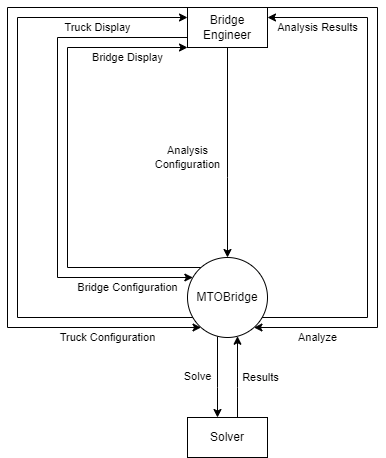
Before: docs Rev1/SRS/images/context-diagram.png, a diagram exported from draw.io (agentvv/MTOBridge). Source tidied: cells renumbered, new cells last; positions are measured from the earlier drawing's top-left corner, leaving out a move shared by most shapes. Its diagram source:
```xml
<mxGraphModel>
  <root>
    <mxCell id="0" />
    <mxCell id="1" parent="0" />
    <mxCell id="2" style="edgeStyle=orthogonalEdgeStyle;rounded=0;jettySize=auto;html=1;startArrow=none;startFill=0;endArrow=classic;endFill=1;strokeColor=default;" parent="1" edge="1" source="6" target="13">
      <mxGeometry relative="1" as="geometry">
        <Array as="points">
          <mxPoint x="60" y="260" />
          <mxPoint x="60" y="40" />
        </Array>
      </mxGeometry>
    </mxCell>
    <mxCell id="3" value="Bridge Display" style="edgeLabel;html=1;align=center;verticalAlign=middle;" parent="2" vertex="1">
      <mxGeometry x="0.84" y="-1" relative="1" as="geometry">
        <mxPoint x="-22" y="9" as="offset" />
      </mxGeometry>
    </mxCell>
    <mxCell id="4" style="edgeStyle=orthogonalEdgeStyle;rounded=0;jettySize=auto;html=1;startArrow=none;startFill=0;endArrow=classic;endFill=1;strokeColor=default;" parent="1" edge="1" source="6" target="22">
      <mxGeometry relative="1" as="geometry">
        <Array as="points">
          <mxPoint x="210" y="380" />
          <mxPoint x="210" y="380" />
        </Array>
      </mxGeometry>
    </mxCell>
    <mxCell id="5" value="Solve" style="edgeLabel;html=1;align=center;verticalAlign=middle;" parent="4" vertex="1">
      <mxGeometry relative="1" as="geometry">
        <mxPoint x="-20" as="offset" />
      </mxGeometry>
    </mxCell>
    <mxCell id="6" value="MTOBridge" style="ellipse;whiteSpace=wrap;html=1;" parent="1" vertex="1">
      <mxGeometry x="180" y="250" width="80" height="80" as="geometry" />
    </mxCell>
    <mxCell id="7" style="edgeStyle=orthogonalEdgeStyle;rounded=0;jettySize=auto;html=1;" parent="1" edge="1" source="13" target="6">
      <mxGeometry relative="1" as="geometry">
        <Array as="points">
          <mxPoint />
          <mxPoint y="320" />
        </Array>
      </mxGeometry>
    </mxCell>
    <mxCell id="8" value="Truck Configuration" style="edgeLabel;html=1;align=center;verticalAlign=middle;" parent="7" vertex="1">
      <mxGeometry x="-0.08" y="-1" relative="1" as="geometry">
        <mxPoint x="101" y="190" as="offset" />
      </mxGeometry>
    </mxCell>
    <mxCell id="9" style="edgeStyle=orthogonalEdgeStyle;rounded=0;jettySize=auto;html=1;startArrow=classic;startFill=1;endArrow=none;endFill=0;" parent="1" edge="1" source="13" target="6">
      <mxGeometry relative="1" as="geometry">
        <Array as="points">
          <mxPoint x="10" y="10" />
          <mxPoint x="10" y="310" />
        </Array>
      </mxGeometry>
    </mxCell>
    <mxCell id="10" value="Truck Display" style="edgeLabel;html=1;align=center;verticalAlign=middle;" parent="9" vertex="1">
      <mxGeometry x="-0.05" relative="1" as="geometry">
        <mxPoint x="80" y="-127" as="offset" />
      </mxGeometry>
    </mxCell>
    <mxCell id="11" style="edgeStyle=orthogonalEdgeStyle;jettySize=auto;html=1;exitX=0;exitY=0.75;exitDx=0;exitDy=0;startArrow=none;startFill=0;endArrow=classic;endFill=1;strokeColor=default;rounded=0;" parent="1" edge="1" source="13" target="6">
      <mxGeometry relative="1" as="geometry">
        <Array as="points">
          <mxPoint x="50" y="30" />
          <mxPoint x="50" y="270" />
        </Array>
      </mxGeometry>
    </mxCell>
    <mxCell id="12" value="Bridge Configuration" style="edgeLabel;html=1;align=center;verticalAlign=middle;" parent="11" vertex="1">
      <mxGeometry relative="1" as="geometry">
        <mxPoint x="70" y="127" as="offset" />
      </mxGeometry>
    </mxCell>
    <mxCell id="13" value="Bridge Engineer" style="rounded=0;whiteSpace=wrap;html=1;" parent="1" vertex="1">
      <mxGeometry x="180" width="80" height="40" as="geometry" />
    </mxCell>
    <mxCell id="14" style="edgeStyle=orthogonalEdgeStyle;rounded=0;jettySize=auto;html=1;" parent="1" edge="1" source="13" target="6">
      <mxGeometry relative="1" as="geometry">
        <Array as="points">
          <mxPoint x="370" />
          <mxPoint x="370" y="320" />
        </Array>
      </mxGeometry>
    </mxCell>
    <mxCell id="15" value="Analyze" style="edgeLabel;html=1;align=center;verticalAlign=middle;" parent="14" vertex="1">
      <mxGeometry x="-0.08" y="-1" relative="1" as="geometry">
        <mxPoint x="-59" y="185" as="offset" />
      </mxGeometry>
    </mxCell>
    <mxCell id="16" style="edgeStyle=orthogonalEdgeStyle;rounded=0;jettySize=auto;html=1;startArrow=classic;startFill=1;endArrow=none;endFill=0;" parent="1" edge="1" source="13" target="6">
      <mxGeometry relative="1" as="geometry">
        <Array as="points">
          <mxPoint x="360" y="10" />
          <mxPoint x="360" y="310" />
        </Array>
      </mxGeometry>
    </mxCell>
    <mxCell id="17" value="Analysis Results" style="edgeLabel;html=1;align=center;verticalAlign=middle;" parent="16" vertex="1">
      <mxGeometry x="-0.85" y="-1" relative="1" as="geometry">
        <mxPoint x="12" y="9" as="offset" />
      </mxGeometry>
    </mxCell>
    <mxCell id="18" style="edgeStyle=orthogonalEdgeStyle;jettySize=auto;html=1;startArrow=none;startFill=0;endArrow=classic;endFill=1;strokeColor=default;rounded=0;" parent="1" edge="1" source="13" target="6">
      <mxGeometry relative="1" as="geometry">
        <Array as="points">
          <mxPoint x="220" y="170" />
          <mxPoint x="220" y="170" />
        </Array>
      </mxGeometry>
    </mxCell>
    <mxCell id="19" value="Analysis&lt;br&gt;Configuration" style="edgeLabel;html=1;align=center;verticalAlign=middle;" parent="18" vertex="1">
      <mxGeometry relative="1" as="geometry">
        <mxPoint x="-40" y="5" as="offset" />
      </mxGeometry>
    </mxCell>
    <mxCell id="20" style="edgeStyle=orthogonalEdgeStyle;rounded=0;jettySize=auto;html=1;startArrow=none;startFill=0;endArrow=classic;endFill=1;strokeColor=default;" parent="1" edge="1" source="22" target="6">
      <mxGeometry relative="1" as="geometry">
        <Array as="points">
          <mxPoint x="230" y="380" />
          <mxPoint x="230" y="380" />
        </Array>
      </mxGeometry>
    </mxCell>
    <mxCell id="21" value="Results" style="edgeLabel;html=1;align=center;verticalAlign=middle;" parent="20" vertex="1">
      <mxGeometry x="-0.31" y="-1" relative="1" as="geometry">
        <mxPoint x="22" y="-12" as="offset" />
      </mxGeometry>
    </mxCell>
    <mxCell id="22" value="Solver" style="rounded=0;whiteSpace=wrap;html=1;" parent="1" vertex="1">
      <mxGeometry x="180" y="410" width="80" height="40" as="geometry" />
    </mxCell>
  </root>
</mxGraphModel>
```
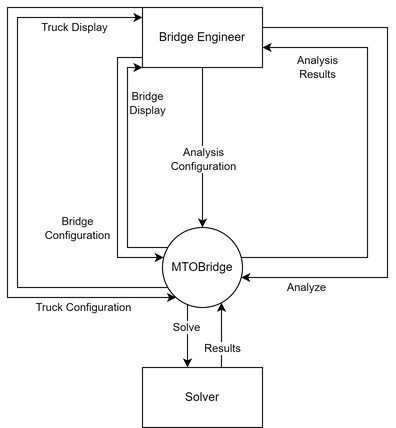
The same file after the commit.

Diff of the diagram source:
```diff
@@ -2,131 +2,125 @@
   <root>
     <mxCell id="0" />
     <mxCell id="1" parent="0" />
-    <mxCell id="2" style="edgeStyle=orthogonalEdgeStyle;rounded=0;jettySize=auto;html=1;startArrow=none;startFill=0;endArrow=classic;endFill=1;strokeColor=default;" parent="1" edge="1" source="6" target="13">
-      <mxGeometry relative="1" as="geometry">
-        <Array as="points">
-          <mxPoint x="60" y="260" />
-          <mxPoint x="60" y="40" />
-        </Array>
-      </mxGeometry>
-    </mxCell>
+    <mxCell id="23" style="edgeStyle=orthogonalEdgeStyle;rounded=0;jettySize=auto;html=1;exitX=0;exitY=0;exitDx=0;exitDy=0;" parent="1" edge="1" source="13" target="6">
+      <mxGeometry relative="1" as="geometry">
+        <Array as="points">
+          <mxPoint x="-10" y="-20" />
+          <mxPoint x="-10" y="270" />
+        </Array>
+      </mxGeometry>
+    </mxCell>
+    <mxCell id="8" value="Truck Configuration" style="edgeLabel;html=1;align=center;verticalAlign=middle;" parent="23" vertex="1">
+      <mxGeometry x="0.82" y="-1" relative="1" as="geometry">
+        <mxPoint x="-39" y="9" as="offset" />
+      </mxGeometry>
+    </mxCell>
+    <mxCell id="24" style="edgeStyle=orthogonalEdgeStyle;rounded=0;jettySize=auto;html=1;" parent="1" edge="1" source="6" target="13">
+      <mxGeometry relative="1" as="geometry">
+        <Array as="points">
+          <mxPoint y="260" />
+          <mxPoint y="-10" />
+        </Array>
+      </mxGeometry>
+    </mxCell>
+    <mxCell id="10" value="Truck Display" style="edgeLabel;html=1;align=center;verticalAlign=middle;" parent="24" vertex="1">
+      <mxGeometry x="0.78" y="-1" relative="1" as="geometry">
+        <mxPoint x="-9" y="9" as="offset" />
+      </mxGeometry>
+    </mxCell>
+    <mxCell id="25" style="edgeStyle=orthogonalEdgeStyle;rounded=0;jettySize=auto;html=1;exitX=0;exitY=0.75;exitDx=0;exitDy=0;startArrow=none;startFill=0;endArrow=classic;endFill=1;" parent="1" edge="1" source="13" target="6">
+      <mxGeometry relative="1" as="geometry">
+        <Array as="points">
+          <mxPoint x="125" y="30" />
+          <mxPoint x="100" y="30" />
+          <mxPoint x="100" y="230" />
+        </Array>
+      </mxGeometry>
+    </mxCell>
+    <mxCell id="12" value="Bridge&lt;br&gt;Configuration" style="edgeLabel;html=1;align=center;verticalAlign=middle;" parent="25" vertex="1">
+      <mxGeometry x="0.18" y="-1" relative="1" as="geometry">
+        <mxPoint x="-39" y="38" as="offset" />
+      </mxGeometry>
+    </mxCell>
+    <mxCell id="26" style="edgeStyle=orthogonalEdgeStyle;rounded=0;jettySize=auto;html=1;startArrow=none;startFill=0;endArrow=classic;endFill=1;" parent="1" edge="1" source="13" target="6">
+      <mxGeometry relative="1" as="geometry" />
+    </mxCell>
+    <mxCell id="19" value="Analysis&lt;br&gt;Configuration" style="edgeLabel;html=1;align=center;verticalAlign=middle;" parent="26" vertex="1">
+      <mxGeometry x="0.14" y="1" relative="1" as="geometry" />
+    </mxCell>
+    <mxCell id="27" style="edgeStyle=orthogonalEdgeStyle;rounded=0;jettySize=auto;html=1;startArrow=none;startFill=0;endArrow=classic;endFill=1;" parent="1" edge="1" source="13" target="6">
+      <mxGeometry relative="1" as="geometry">
+        <Array as="points">
+          <mxPoint x="370" />
+          <mxPoint x="370" y="250" />
+        </Array>
+      </mxGeometry>
+    </mxCell>
+    <mxCell id="15" value="Analyze" style="edgeLabel;html=1;align=center;verticalAlign=middle;" parent="27" vertex="1">
+      <mxGeometry x="0.75" y="1" relative="1" as="geometry">
+        <mxPoint y="9" as="offset" />
+      </mxGeometry>
+    </mxCell>
+    <mxCell id="13" value="Bridge Engineer" style="rounded=0;whiteSpace=wrap;html=1;" parent="1" vertex="1">
+      <mxGeometry x="125" y="-20" width="120" height="60" as="geometry" />
+    </mxCell>
+    <mxCell id="28" style="edgeStyle=orthogonalEdgeStyle;rounded=0;jettySize=auto;html=1;startArrow=none;startFill=0;endArrow=classic;endFill=1;entryX=0;entryY=1;entryDx=0;entryDy=0;" parent="1" edge="1" source="6" target="13">
+      <mxGeometry relative="1" as="geometry">
+        <Array as="points">
+          <mxPoint x="110" y="220" />
+          <mxPoint x="110" y="40" />
+        </Array>
+      </mxGeometry>
+    </mxCell>
-    <mxCell id="3" value="Bridge Display" style="edgeLabel;html=1;align=center;verticalAlign=middle;" parent="2" vertex="1">
-      <mxGeometry x="0.84" y="-1" relative="1" as="geometry">
-        <mxPoint x="-22" y="9" as="offset" />
+    <mxCell id="3" value="Bridge&lt;br&gt;Display" style="edgeLabel;html=1;align=center;verticalAlign=middle;" parent="28" vertex="1">
+      <mxGeometry x="0.56" y="-1" relative="1" as="geometry">
+        <mxPoint x="19" as="offset" />
       </mxGeometry>
     </mxCell>
+    <mxCell id="29" style="edgeStyle=orthogonalEdgeStyle;rounded=0;jettySize=auto;html=1;startArrow=none;startFill=0;endArrow=classic;endFill=1;" parent="1" edge="1" source="6" target="13">
+      <mxGeometry relative="1" as="geometry">
+        <Array as="points">
+          <mxPoint x="350" y="230" />
+          <mxPoint x="350" y="20" />
+        </Array>
+      </mxGeometry>
+    </mxCell>
+    <mxCell id="17" value="Analysis&lt;br&gt;Results" style="edgeLabel;html=1;align=center;verticalAlign=middle;" parent="29" vertex="1">
+      <mxGeometry x="0.8" y="1" relative="1" as="geometry">
+        <mxPoint x="11" y="19" as="offset" />
+      </mxGeometry>
+    </mxCell>
+    <mxCell id="6" value="MTOBridge" style="ellipse;whiteSpace=wrap;html=1;" parent="1" vertex="1">
+      <mxGeometry x="145" y="200" width="80" height="80" as="geometry" />
+    </mxCell>
+    <mxCell id="22" value="Solver" style="rounded=0;whiteSpace=wrap;html=1;" parent="1" vertex="1">
+      <mxGeometry x="125" y="340" width="120" height="60" as="geometry" />
+    </mxCell>
+    <mxCell id="20" style="edgeStyle=orthogonalEdgeStyle;rounded=0;jettySize=auto;html=1;exitX=0.658;exitY=-0.009;exitDx=0;exitDy=0;exitPerimeter=0;" parent="1" edge="1" source="22" target="6">
+      <mxGeometry relative="1" as="geometry">
+        <Array as="points">
+          <mxPoint x="204" y="290" />
+          <mxPoint x="204" y="290" />
+        </Array>
+      </mxGeometry>
+    </mxCell>
+    <mxCell id="21" value="Results" style="edgeLabel;html=1;align=center;verticalAlign=middle;" parent="20" vertex="1">
+      <mxGeometry x="-0.13" y="-1" relative="1" as="geometry">
+        <mxPoint y="9" as="offset" />
+      </mxGeometry>
+    </mxCell>
-    <mxCell id="4" style="edgeStyle=orthogonalEdgeStyle;rounded=0;jettySize=auto;html=1;startArrow=none;startFill=0;endArrow=classic;endFill=1;strokeColor=default;" parent="1" edge="1" source="6" target="22">
+    <mxCell id="4" style="edgeStyle=orthogonalEdgeStyle;rounded=0;jettySize=auto;html=1;" parent="1" edge="1" source="6" target="22">
       <mxGeometry relative="1" as="geometry">
         <Array as="points">
-          <mxPoint x="210" y="380" />
-          <mxPoint x="210" y="380" />
+          <mxPoint x="170" y="290" />
+          <mxPoint x="170" y="290" />
         </Array>
       </mxGeometry>
     </mxCell>
     <mxCell id="5" value="Solve" style="edgeLabel;html=1;align=center;verticalAlign=middle;" parent="4" vertex="1">
-      <mxGeometry relative="1" as="geometry">
-        <mxPoint x="-20" as="offset" />
+      <mxGeometry x="-0.13" y="-1" relative="1" as="geometry">
+        <mxPoint y="-5" as="offset" />
       </mxGeometry>
     </mxCell>
-    <mxCell id="6" value="MTOBridge" style="ellipse;whiteSpace=wrap;html=1;" parent="1" vertex="1">
-      <mxGeometry x="180" y="250" width="80" height="80" as="geometry" />
-    </mxCell>
-    <mxCell id="7" style="edgeStyle=orthogonalEdgeStyle;rounded=0;jettySize=auto;html=1;" parent="1" edge="1" source="13" target="6">
-      <mxGeometry relative="1" as="geometry">
-        <Array as="points">
-          <mxPoint />
-          <mxPoint y="320" />
-        </Array>
-      </mxGeometry>
-    </mxCell>
-    <mxCell id="8" value="Truck Configuration" style="edgeLabel;html=1;align=center;verticalAlign=middle;" parent="7" vertex="1">
-      <mxGeometry x="-0.08" y="-1" relative="1" as="geometry">
-        <mxPoint x="101" y="190" as="offset" />
-      </mxGeometry>
-    </mxCell>
-    <mxCell id="9" style="edgeStyle=orthogonalEdgeStyle;rounded=0;jettySize=auto;html=1;startArrow=classic;startFill=1;endArrow=none;endFill=0;" parent="1" edge="1" source="13" target="6">
-      <mxGeometry relative="1" as="geometry">
-        <Array as="points">
-          <mxPoint x="10" y="10" />
-          <mxPoint x="10" y="310" />
-        </Array>
-      </mxGeometry>
-    </mxCell>
-    <mxCell id="10" value="Truck Display" style="edgeLabel;html=1;align=center;verticalAlign=middle;" parent="9" vertex="1">
-      <mxGeometry x="-0.05" relative="1" as="geometry">
-        <mxPoint x="80" y="-127" as="offset" />
-      </mxGeometry>
-    </mxCell>
-    <mxCell id="11" style="edgeStyle=orthogonalEdgeStyle;jettySize=auto;html=1;exitX=0;exitY=0.75;exitDx=0;exitDy=0;startArrow=none;startFill=0;endArrow=classic;endFill=1;strokeColor=default;rounded=0;" parent="1" edge="1" source="13" target="6">
-      <mxGeometry relative="1" as="geometry">
-        <Array as="points">
-          <mxPoint x="50" y="30" />
-          <mxPoint x="50" y="270" />
-        </Array>
-      </mxGeometry>
-    </mxCell>
-    <mxCell id="12" value="Bridge Configuration" style="edgeLabel;html=1;align=center;verticalAlign=middle;" parent="11" vertex="1">
-      <mxGeometry relative="1" as="geometry">
-        <mxPoint x="70" y="127" as="offset" />
-      </mxGeometry>
-    </mxCell>
-    <mxCell id="13" value="Bridge Engineer" style="rounded=0;whiteSpace=wrap;html=1;" parent="1" vertex="1">
-      <mxGeometry x="180" width="80" height="40" as="geometry" />
-    </mxCell>
-    <mxCell id="14" style="edgeStyle=orthogonalEdgeStyle;rounded=0;jettySize=auto;html=1;" parent="1" edge="1" source="13" target="6">
-      <mxGeometry relative="1" as="geometry">
-        <Array as="points">
-          <mxPoint x="370" />
-          <mxPoint x="370" y="320" />
-        </Array>
-      </mxGeometry>
-    </mxCell>
-    <mxCell id="15" value="Analyze" style="edgeLabel;html=1;align=center;verticalAlign=middle;" parent="14" vertex="1">
-      <mxGeometry x="-0.08" y="-1" relative="1" as="geometry">
-        <mxPoint x="-59" y="185" as="offset" />
-      </mxGeometry>
-    </mxCell>
-    <mxCell id="16" style="edgeStyle=orthogonalEdgeStyle;rounded=0;jettySize=auto;html=1;startArrow=classic;startFill=1;endArrow=none;endFill=0;" parent="1" edge="1" source="13" target="6">
-      <mxGeometry relative="1" as="geometry">
-        <Array as="points">
-          <mxPoint x="360" y="10" />
-          <mxPoint x="360" y="310" />
-        </Array>
-      </mxGeometry>
-    </mxCell>
-    <mxCell id="17" value="Analysis Results" style="edgeLabel;html=1;align=center;verticalAlign=middle;" parent="16" vertex="1">
-      <mxGeometry x="-0.85" y="-1" relative="1" as="geometry">
-        <mxPoint x="12" y="9" as="offset" />
-      </mxGeometry>
-    </mxCell>
-    <mxCell id="18" style="edgeStyle=orthogonalEdgeStyle;jettySize=auto;html=1;startArrow=none;startFill=0;endArrow=classic;endFill=1;strokeColor=default;rounded=0;" parent="1" edge="1" source="13" target="6">
-      <mxGeometry relative="1" as="geometry">
-        <Array as="points">
-          <mxPoint x="220" y="170" />
-          <mxPoint x="220" y="170" />
-        </Array>
-      </mxGeometry>
-    </mxCell>
-    <mxCell id="19" value="Analysis&lt;br&gt;Configuration" style="edgeLabel;html=1;align=center;verticalAlign=middle;" parent="18" vertex="1">
-      <mxGeometry relative="1" as="geometry">
-        <mxPoint x="-40" y="5" as="offset" />
-      </mxGeometry>
-    </mxCell>
-    <mxCell id="20" style="edgeStyle=orthogonalEdgeStyle;rounded=0;jettySize=auto;html=1;startArrow=none;startFill=0;endArrow=classic;endFill=1;strokeColor=default;" parent="1" edge="1" source="22" target="6">
-      <mxGeometry relative="1" as="geometry">
-        <Array as="points">
-          <mxPoint x="230" y="380" />
-          <mxPoint x="230" y="380" />
-        </Array>
-      </mxGeometry>
-    </mxCell>
-    <mxCell id="21" value="Results" style="edgeLabel;html=1;align=center;verticalAlign=middle;" parent="20" vertex="1">
-      <mxGeometry x="-0.31" y="-1" relative="1" as="geometry">
-        <mxPoint x="22" y="-12" as="offset" />
-      </mxGeometry>
-    </mxCell>
-    <mxCell id="22" value="Solver" style="rounded=0;whiteSpace=wrap;html=1;" parent="1" vertex="1">
-      <mxGeometry x="180" y="410" width="80" height="40" as="geometry" />
-    </mxCell>
   </root>
 </mxGraphModel>
```
